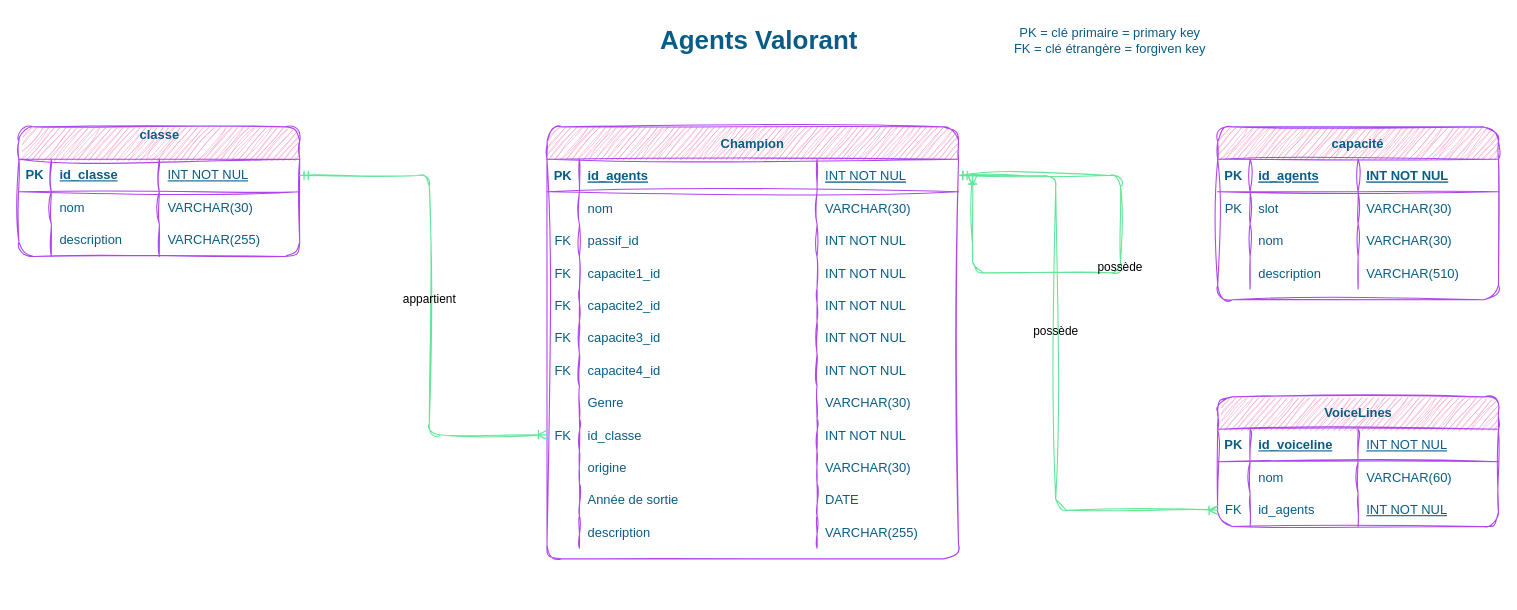
CamilleSimon/BTS2-CIEL-IR-MCD-2024-2025 keeps this draw.io diagram as MCD_Agents_Valorant.drawio. Above is the earlier version. Source tidied: cells renumbered, new cells numbered last; positions are measured from the earlier drawing's top-left corner, leaving out a move shared by most shapes. Both pictures are drawn from the tidied source at 108%, with x=0, y=0 at pixel (18, 18).
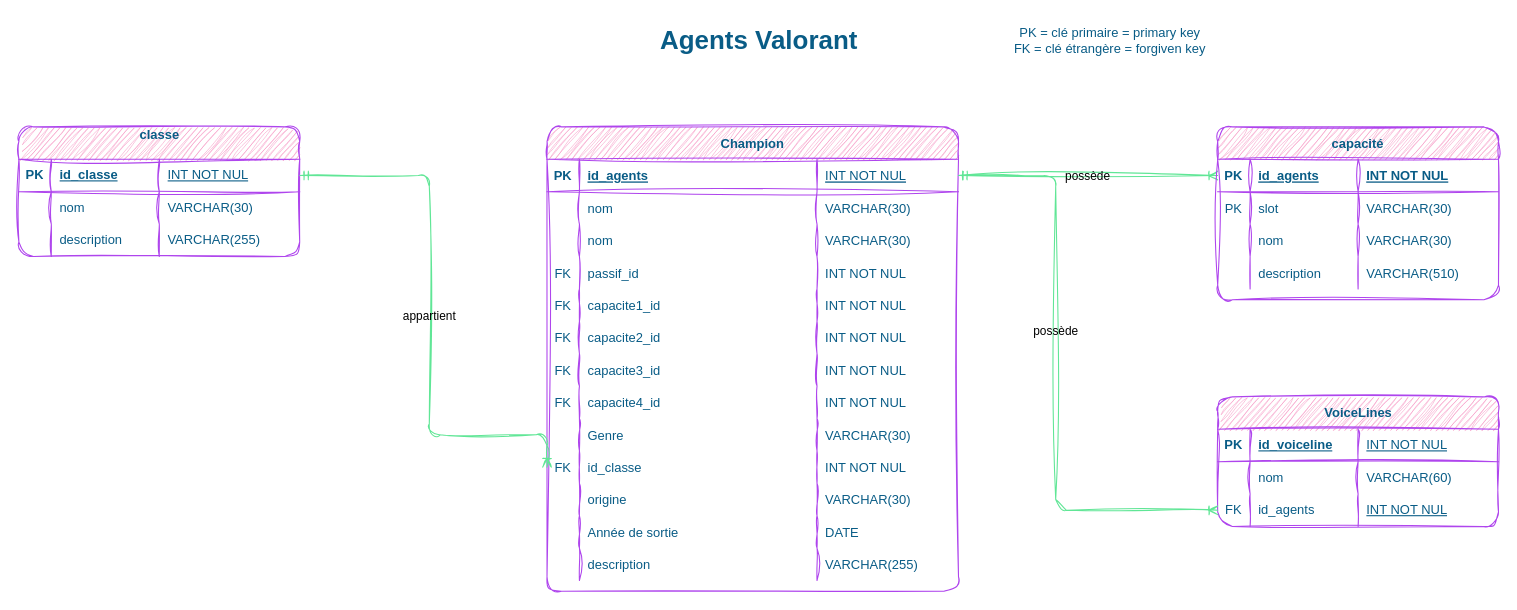
Above is the later version.

Commit message:
Mettre à jour MCD_Agents_Valorant.drawio

Unchanged cells that the change refers to:
```xml
<mxCell id="4" style="shape=partialRectangle;fillColor=none;points=[[0,0.5],[1,0.5]];portConstraint=eastwest;top=0;left=0;right=0;bottom=1;rounded=1;labelBackgroundColor=none;strokeColor=#AF45ED;fontColor=#095C86;sketch=1;curveFitting=1;jiggle=2;" parent="3" vertex="1">
  <mxGeometry y="30" width="381" height="30" as="geometry" />
</mxCell>
<mxCell id="53" style="shape=partialRectangle;fillColor=none;points=[[0,0.5],[1,0.5]];portConstraint=eastwest;top=0;left=0;right=0;bottom=1;rounded=1;labelBackgroundColor=none;strokeColor=#AF45ED;fontColor=#095C86;sketch=1;curveFitting=1;jiggle=2;" parent="52" vertex="1">
  <mxGeometry y="30" width="260" height="30" as="geometry" />
</mxCell>
```

Diff of the diagram source:
```diff
@@
-    <mxCell id="2" value="possède" style="edgeStyle=orthogonalEdgeStyle;endArrow=ERoneToMany;startArrow=ERone;endFill=0;startFill=0;entryX=0;entryY=0.5;entryDx=0;entryDy=0;exitX=1;exitY=0.5;exitDx=0;exitDy=0;rounded=1;labelBackgroundColor=none;strokeColor=#60E696;fontColor=default;sketch=1;curveFitting=1;jiggle=2;" parent="1" edge="1" source="4">
-      <mxGeometry relative="1" as="geometry">
-        <mxPoint x="883" y="145" as="targetPoint" />
-        <Array as="points">
-          <mxPoint x="1020" y="145" />
-          <mxPoint x="1020" y="235" />
-        </Array>
-      </mxGeometry>
+    <mxCell id="2" value="possède" style="edgeStyle=orthogonalEdgeStyle;endArrow=ERoneToMany;startArrow=ERone;endFill=0;startFill=0;entryX=0;entryY=0.5;entryDx=0;entryDy=0;exitX=1;exitY=0.5;exitDx=0;exitDy=0;rounded=1;labelBackgroundColor=none;strokeColor=#60E696;fontColor=default;sketch=1;curveFitting=1;jiggle=2;" parent="1" edge="1" source="4" target="53">
+      <mxGeometry relative="1" as="geometry" />
     </mxCell>
     <mxCell id="3" value="Champion" style="shape=table;startSize=30;childLayout=tableLayout;rowLines=0;fontStyle=1;align=center;rounded=1;labelBackgroundColor=none;fillColor=#F694C1;strokeColor=#AF45ED;fontColor=#095C86;sketch=1;curveFitting=1;jiggle=2;" parent="1" vertex="1">
-      <mxGeometry x="489" y="100" width="381" height="400" as="geometry" />
+      <mxGeometry x="489" y="100" width="381" height="430" as="geometry" />
     </mxCell>
@@
+    <mxCell id="99" style="shape=partialRectangle;fillColor=none;top=0;left=0;right=0;bottom=0;rounded=1;labelBackgroundColor=none;strokeColor=#AF45ED;fontColor=#095C86;sketch=1;curveFitting=1;jiggle=2;" parent="3" vertex="1">
+      <mxGeometry y="90" width="381" height="30" as="geometry" />
+    </mxCell>
+    <mxCell id="100" style="shape=partialRectangle;overflow=hidden;fillColor=none;top=0;left=0;bottom=0;right=0;rounded=1;labelBackgroundColor=none;strokeColor=#AF45ED;fontColor=#095C86;sketch=1;curveFitting=1;jiggle=2;" parent="99" vertex="1">
+      <mxGeometry width="30" height="30" as="geometry" />
+    </mxCell>
+    <mxCell id="101" value="nom" style="shape=partialRectangle;overflow=hidden;fillColor=none;top=0;left=0;bottom=0;right=0;align=left;spacingLeft=6;rounded=1;labelBackgroundColor=none;strokeColor=#AF45ED;fontColor=#095C86;sketch=1;curveFitting=1;jiggle=2;" parent="99" vertex="1">
+      <mxGeometry x="30" width="220" height="30" as="geometry" />
+    </mxCell>
+    <mxCell id="102" value="VARCHAR(30)" style="shape=partialRectangle;overflow=hidden;fillColor=none;top=0;left=0;bottom=0;right=0;align=left;spacingLeft=6;rounded=1;labelBackgroundColor=none;strokeColor=#AF45ED;fontColor=#095C86;sketch=1;curveFitting=1;jiggle=2;" parent="99" vertex="1">
+      <mxGeometry x="250" width="131" height="30" as="geometry" />
+    </mxCell>
     <mxCell id="12" style="shape=partialRectangle;fillColor=none;top=0;left=0;right=0;bottom=0;rounded=1;labelBackgroundColor=none;strokeColor=#AF45ED;fontColor=#095C86;sketch=1;curveFitting=1;jiggle=2;" parent="3" vertex="1">
-      <mxGeometry y="90" width="381" height="30" as="geometry" />
+      <mxGeometry y="120" width="381" height="30" as="geometry" />
     </mxCell>
@@
     <mxCell id="16" style="shape=partialRectangle;fillColor=none;top=0;left=0;right=0;bottom=0;rounded=1;labelBackgroundColor=none;strokeColor=#AF45ED;fontColor=#095C86;sketch=1;curveFitting=1;jiggle=2;" parent="3" vertex="1">
-      <mxGeometry y="120" width="381" height="30" as="geometry" />
+      <mxGeometry y="150" width="381" height="30" as="geometry" />
     </mxCell>
@@
     <mxCell id="20" style="shape=partialRectangle;fillColor=none;top=0;left=0;right=0;bottom=0;rounded=1;labelBackgroundColor=none;strokeColor=#AF45ED;fontColor=#095C86;sketch=1;curveFitting=1;jiggle=2;" parent="3" vertex="1">
-      <mxGeometry y="150" width="381" height="30" as="geometry" />
+      <mxGeometry y="180" width="381" height="30" as="geometry" />
     </mxCell>
@@
     <mxCell id="24" style="shape=partialRectangle;fillColor=none;top=0;left=0;right=0;bottom=0;rounded=1;labelBackgroundColor=none;strokeColor=#AF45ED;fontColor=#095C86;sketch=1;curveFitting=1;jiggle=2;" parent="3" vertex="1">
-      <mxGeometry y="180" width="381" height="30" as="geometry" />
+      <mxGeometry y="210" width="381" height="30" as="geometry" />
     </mxCell>
@@
     <mxCell id="28" style="shape=partialRectangle;fillColor=none;top=0;left=0;right=0;bottom=0;rounded=1;labelBackgroundColor=none;strokeColor=#AF45ED;fontColor=#095C86;sketch=1;curveFitting=1;jiggle=2;" parent="3" vertex="1">
-      <mxGeometry y="210" width="381" height="30" as="geometry" />
+      <mxGeometry y="240" width="381" height="30" as="geometry" />
     </mxCell>
@@
     <mxCell id="32" style="shape=partialRectangle;fillColor=none;top=0;left=0;right=0;bottom=0;rounded=1;labelBackgroundColor=none;strokeColor=#AF45ED;fontColor=#095C86;sketch=1;curveFitting=1;jiggle=2;" parent="3" vertex="1">
-      <mxGeometry y="240" width="381" height="30" as="geometry" />
+      <mxGeometry y="270" width="381" height="30" as="geometry" />
     </mxCell>
@@
     <mxCell id="36" style="shape=partialRectangle;fillColor=none;points=[[0,0.5],[1,0.5]];portConstraint=eastwest;top=0;left=0;right=0;bottom=0;rounded=1;labelBackgroundColor=none;strokeColor=#AF45ED;fontColor=#095C86;sketch=1;curveFitting=1;jiggle=2;" parent="3" vertex="1">
-      <mxGeometry y="270" width="381" height="30" as="geometry" />
+      <mxGeometry y="300" width="381" height="30" as="geometry" />
     </mxCell>
@@
     <mxCell id="40" style="shape=partialRectangle;fillColor=none;top=0;left=0;right=0;bottom=0;rounded=1;labelBackgroundColor=none;strokeColor=#AF45ED;fontColor=#095C86;sketch=1;curveFitting=1;jiggle=2;" parent="3" vertex="1">
-      <mxGeometry y="300" width="381" height="30" as="geometry" />
+      <mxGeometry y="330" width="381" height="30" as="geometry" />
     </mxCell>
@@
     <mxCell id="44" style="shape=partialRectangle;fillColor=none;top=0;left=0;right=0;bottom=0;rounded=1;labelBackgroundColor=none;strokeColor=#AF45ED;fontColor=#095C86;sketch=1;curveFitting=1;jiggle=2;" parent="3" vertex="1">
-      <mxGeometry y="330" width="381" height="30" as="geometry" />
+      <mxGeometry y="360" width="381" height="30" as="geometry" />
     </mxCell>
@@
     <mxCell id="48" style="shape=partialRectangle;fillColor=none;top=0;left=0;right=0;bottom=0;rounded=1;labelBackgroundColor=none;strokeColor=#AF45ED;fontColor=#095C86;sketch=1;curveFitting=1;jiggle=2;" parent="3" vertex="1">
-      <mxGeometry y="360" width="381" height="30" as="geometry" />
+      <mxGeometry y="390" width="381" height="30" as="geometry" />
     </mxCell>
```
